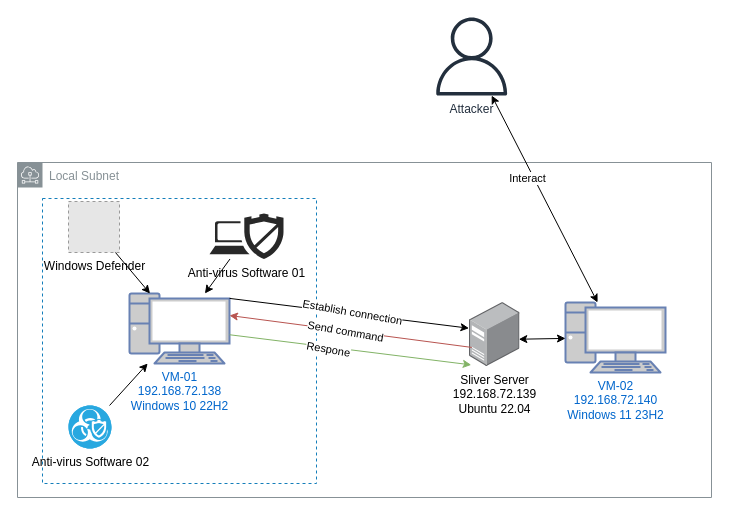
Above: page "Demo-Architecture" (2 of 4) of C2_model.drawio in lephuduc/kayumi (draw.io), before the change. Source tidied: cells renumbered, new cells numbered last; positions are measured from the earlier drawing's top-left corner, leaving out a move shared by most shapes. Both pictures are drawn from the tidied source at 100%, with x=0, y=0 at pixel (17, 17). Pictures stored in the file or linked from it are replaced by grey dashed boxes.
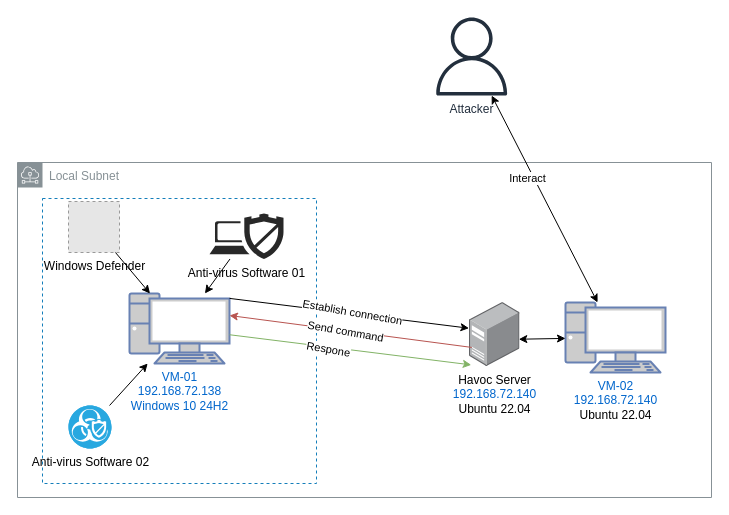
The same page after the edit.

Change to the diagram source:
```diff
@@
-    <mxCell id="4" value="VM-02&lt;div&gt;192.168.72.140&lt;/div&gt;&lt;div&gt;Windows 11 23H2&lt;/div&gt;" style="fontColor=#0066CC;verticalAlign=top;verticalLabelPosition=bottom;labelPosition=center;align=center;html=1;outlineConnect=0;fillColor=#CCCCCC;strokeColor=#6881B3;gradientColor=none;gradientDirection=north;strokeWidth=2;shape=mxgraph.networks.pc;" parent="1" vertex="1">
+    <mxCell id="4" value="VM-02&lt;div&gt;192.168.72.140&lt;/div&gt;&lt;div&gt;&lt;span style=&quot;color: rgb(0, 0, 0);&quot;&gt;Ubuntu 22.04&lt;/span&gt;&lt;/div&gt;" style="fontColor=#0066CC;verticalAlign=top;verticalLabelPosition=bottom;labelPosition=center;align=center;html=1;outlineConnect=0;fillColor=#CCCCCC;strokeColor=#6881B3;gradientColor=none;gradientDirection=north;strokeWidth=2;shape=mxgraph.networks.pc;" parent="1" vertex="1">
       <mxGeometry x="548" y="285" width="100" height="70" as="geometry" />
     </mxCell>
-    <mxCell id="5" value="VM-01&lt;div&gt;192.168.72.138&lt;/div&gt;&lt;div&gt;Windows 10 22H2&lt;/div&gt;" style="fontColor=#0066CC;verticalAlign=top;verticalLabelPosition=bottom;labelPosition=center;align=center;html=1;outlineConnect=0;fillColor=#CCCCCC;strokeColor=#6881B3;gradientColor=none;gradientDirection=north;strokeWidth=2;shape=mxgraph.networks.pc;" parent="1" vertex="1">
+    <mxCell id="5" value="VM-01&lt;div&gt;192.168.72.138&lt;/div&gt;&lt;div&gt;Windows 10 24H2&lt;/div&gt;" style="fontColor=#0066CC;verticalAlign=top;verticalLabelPosition=bottom;labelPosition=center;align=center;html=1;outlineConnect=0;fillColor=#CCCCCC;strokeColor=#6881B3;gradientColor=none;gradientDirection=north;strokeWidth=2;shape=mxgraph.networks.pc;" parent="1" vertex="1">
       <mxGeometry x="112" y="276" width="100" height="70" as="geometry" />
     </mxCell>
-    <mxCell id="6" value="&lt;div&gt;Sliver Server&lt;/div&gt;&lt;div&gt;192.168.72.139&lt;/div&gt;&lt;div&gt;Ubuntu 22.04&lt;/div&gt;" style="image;points=[];html=1;align=center;shadow=0;dashed=0;image=img/lib/allied_telesis/computer_and_terminals/Server_Desktop.svg;" parent="1" vertex="1">
+    <mxCell id="6" value="&lt;div&gt;Havoc Server&lt;/div&gt;&lt;div&gt;&lt;span style=&quot;color: rgb(0, 102, 204);&quot;&gt;192.168.72.140&lt;/span&gt;&lt;/div&gt;&lt;div&gt;Ubuntu 22.04&lt;/div&gt;" style="image;points=[];html=1;align=center;shadow=0;dashed=0;image=img/lib/allied_telesis/computer_and_terminals/Server_Desktop.svg;" parent="1" vertex="1">
       <mxGeometry x="452" y="285" width="50.5" height="64" as="geometry" />
     </mxCell>
```
